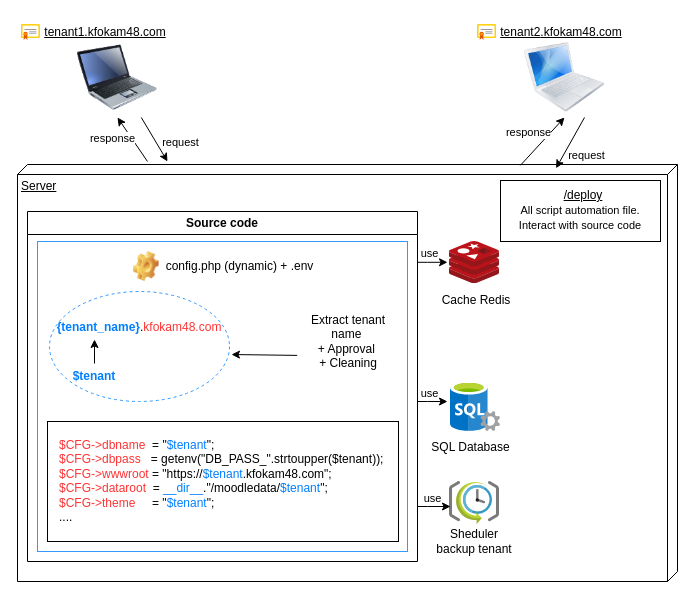
Before: Diagramme sans nom.drawio in sngdtechnologies/Calculatrice, a draw.io diagram. Source tidied: cells renumbered, new cells numbered last; positions are measured from the earlier drawing's top-left corner, leaving out a move shared by most shapes. Both pictures are drawn from the tidied source at 100%, with x=0, y=0 at pixel (17, 17).
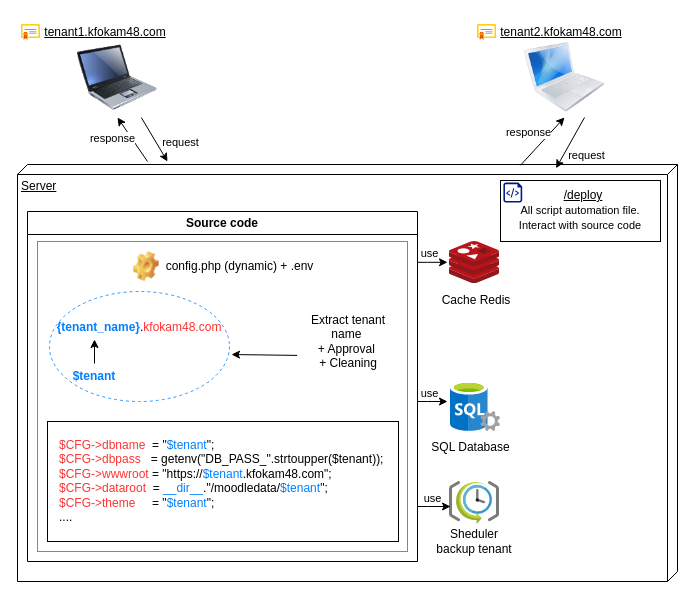
The same page after the edit.

Commit message:
Mettre à jour Diagramme sans nom.drawio

Diff of the diagram source:
```diff
@@
+    <mxCell id="44" style="sketch=0;shadow=0;dashed=0;html=1;strokeColor=none;labelPosition=center;verticalLabelPosition=bottom;verticalAlign=top;align=center;fillColor=#00188D;shape=mxgraph.azure.script_file;" parent="1" vertex="1">
+      <mxGeometry x="485.9" y="165" width="18.8" height="20" as="geometry" />
+    </mxCell>
```
